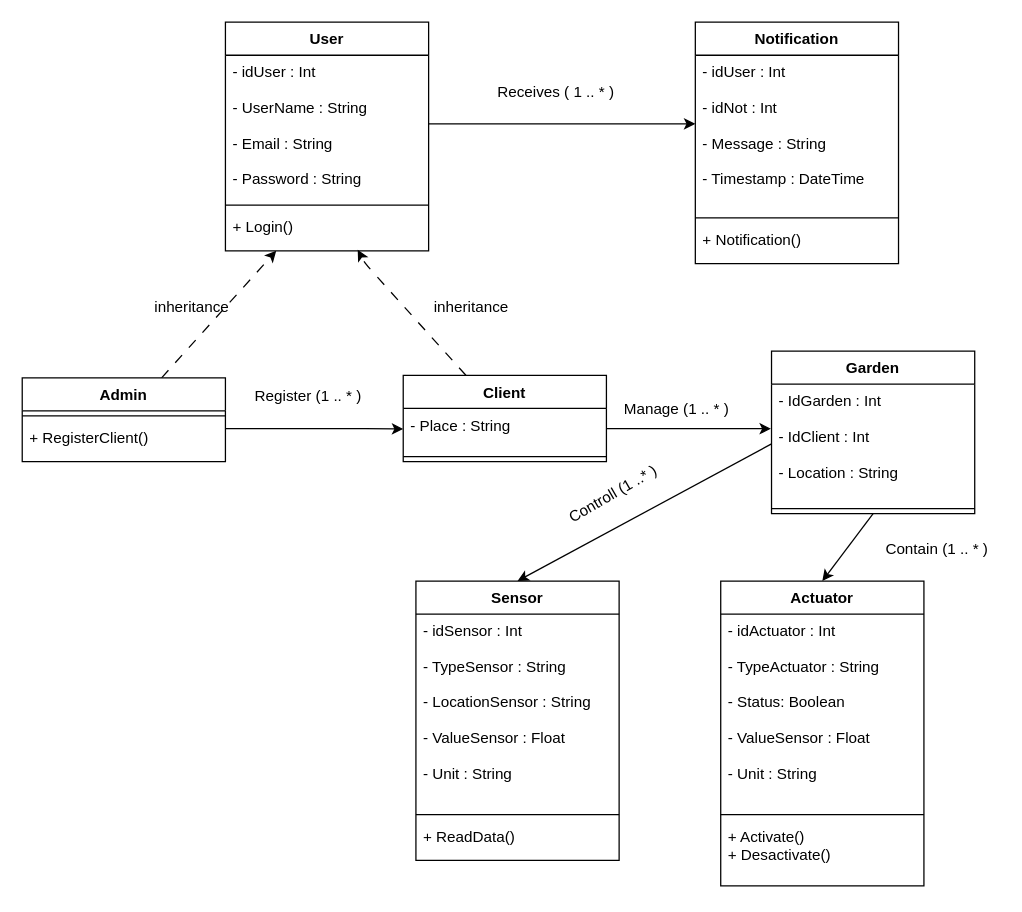
This is page "DiagramClass" (1 of 2) of Shema.dio from AmineSolbi/Smart-Garden-Project, a draw.io file, before an edit. Source tidied: cells renumbered, new cells numbered last; positions are measured from the earlier drawing's top-left corner, leaving out a move shared by most shapes. Both pictures are drawn from the tidied source at 127%, with x=0, y=0 at pixel (22, 22).
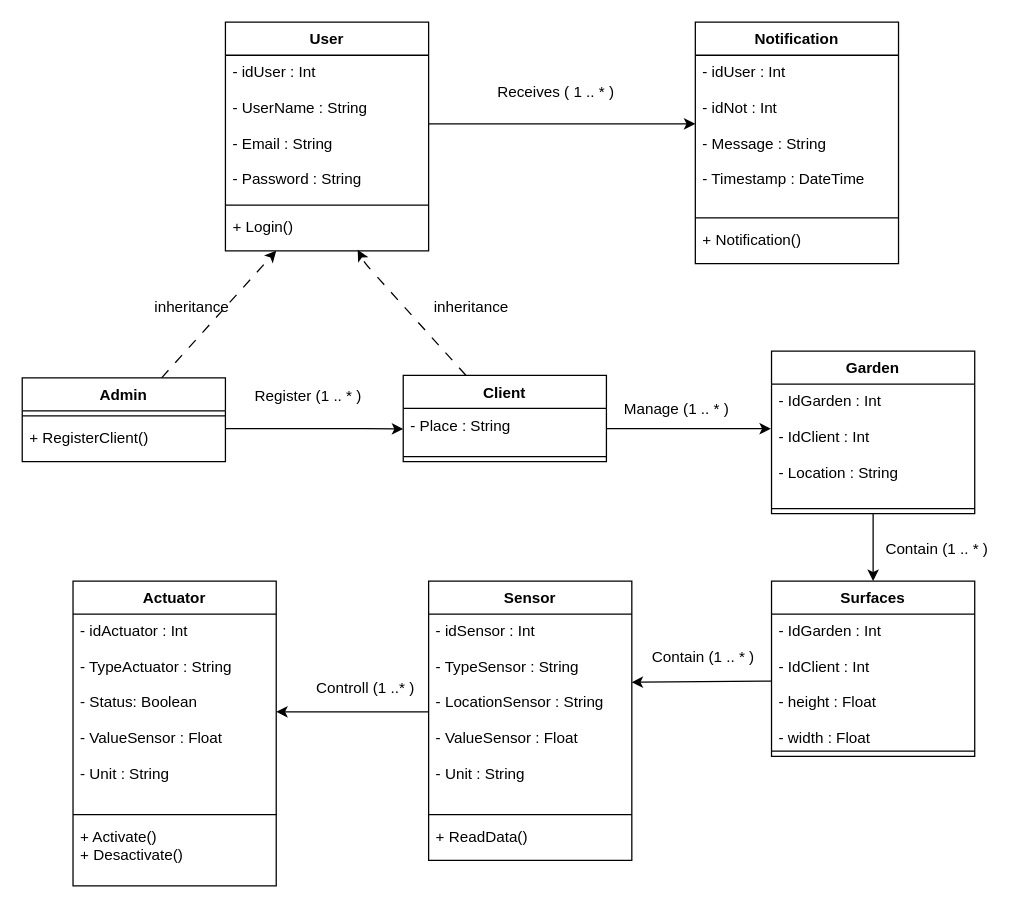
The same diagram, later.

Unchanged cells that the change refers to:
```xml
<mxCell id="7" value="- idSensor : Int&#10;&#10;- TypeSensor : String&#10;&#10;- LocationSensor : String&#10;&#10;- ValueSensor : Float &#10;&#10;- Unit : String&#10;&#10;" style="text;strokeColor=none;fillColor=none;align=left;verticalAlign=top;spacingLeft=4;spacingRight=4;overflow=hidden;points=[[0,0.5],[1,0.5]];portConstraint=eastwest;" parent="6" vertex="1">
  <mxGeometry y="26" width="160" height="154" as="geometry" />
</mxCell>
<mxCell id="11" value="- idActuator : Int&#10;&#10;- TypeActuator : String&#10;&#10;- Status: Boolean&#10;&#10;- ValueSensor : Float &#10;&#10;- Unit : String&#10;&#10;" style="text;strokeColor=none;fillColor=none;align=left;verticalAlign=top;spacingLeft=4;spacingRight=4;overflow=hidden;points=[[0,0.5],[1,0.5]];portConstraint=eastwest;" parent="10" vertex="1">
  <mxGeometry y="26" width="160" height="154" as="geometry" />
</mxCell>
<mxCell id="19" value="Garden" style="swimlane;fontStyle=1;align=center;verticalAlign=top;horizontal=1;startSize=26;" parent="1" vertex="1">
  <mxGeometry x="590" y="259" width="160" height="128" as="geometry" />
</mxCell>
<mxCell id="20" value="- IdGarden : Int&#10;&#10;- IdClient : Int&#10;&#10;- Location : String&#10;&#10;" style="text;strokeColor=none;fillColor=none;align=left;verticalAlign=top;spacingLeft=4;spacingRight=4;overflow=hidden;points=[[0,0.5],[1,0.5]];portConstraint=eastwest;" parent="19" vertex="1">
  <mxGeometry y="26" width="160" height="94" as="geometry" />
</mxCell>
```

What changed in the source:
```diff
@@
     <mxCell id="6" value="Sensor" style="swimlane;fontStyle=1;align=center;verticalAlign=top;horizontal=1;startSize=26;" parent="1" vertex="1">
-      <mxGeometry x="310" y="440" width="160" height="220" as="geometry" />
+      <mxGeometry x="320" y="440" width="160" height="220" as="geometry" />
     </mxCell>
@@
     <mxCell id="10" value="Actuator" style="swimlane;fontStyle=1;align=center;verticalAlign=top;horizontal=1;startSize=26;" parent="1" vertex="1">
-      <mxGeometry x="550" y="440" width="160" height="240" as="geometry" />
+      <mxGeometry x="40" y="440" width="160" height="240" as="geometry" />
     </mxCell>
@@
-    <mxCell id="18" style="edgeStyle=none;html=1;exitX=0.5;exitY=1;exitDx=0;exitDy=0;entryX=0.5;entryY=0;entryDx=0;entryDy=0;" parent="1" edge="1" source="19" target="10">
-      <mxGeometry relative="1" as="geometry" />
-    </mxCell>
+    <mxCell id="41" style="edgeStyle=none;html=1;entryX=0.5;entryY=0;entryDx=0;entryDy=0;" parent="1" edge="1" source="19" target="42">
+      <mxGeometry relative="1" as="geometry" />
+    </mxCell>
@@
-    <mxCell id="37" value="Contain (1 .. * )" style="text;html=1;align=center;verticalAlign=middle;strokeColor=none;fillColor=none;" parent="1" vertex="1">
+    <mxCell id="37" value="Contain (1 .. * )" style="text;html=1;align=center;verticalAlign=middle;strokeColor=none;fillColor=none;rotation=0;" parent="1" vertex="1">
       <mxGeometry x="670" y="400" width="100" height="30" as="geometry" />
     </mxCell>
-    <mxCell id="38" style="edgeStyle=none;html=1;exitX=0;exitY=0.5;exitDx=0;exitDy=0;entryX=0.5;entryY=0;entryDx=0;entryDy=0;" parent="1" edge="1" source="20" target="6">
-      <mxGeometry relative="1" as="geometry" />
-    </mxCell>
-    <mxCell id="39" value="Controll (1 ..* )" style="text;html=1;align=center;verticalAlign=middle;strokeColor=none;fillColor=none;rotation=-30;" parent="1" vertex="1">
-      <mxGeometry x="415" y="357" width="100" height="30" as="geometry" />
+    <mxCell id="39" value="Controll (1 ..* )" style="text;html=1;align=center;verticalAlign=middle;strokeColor=none;fillColor=none;rotation=0;" parent="1" vertex="1">
+      <mxGeometry x="220" y="510" width="100" height="30" as="geometry" />
     </mxCell>
@@
+    <mxCell id="42" value="Surfaces" style="swimlane;fontStyle=1;align=center;verticalAlign=top;horizontal=1;startSize=26;" parent="1" vertex="1">
+      <mxGeometry x="590" y="440" width="160" height="138" as="geometry" />
+    </mxCell>
+    <mxCell id="43" value="- IdGarden : Int&#10;&#10;- IdClient : Int&#10;&#10;- height : Float&#10;&#10;- width : Float&#10;" style="text;strokeColor=none;fillColor=none;align=left;verticalAlign=top;spacingLeft=4;spacingRight=4;overflow=hidden;points=[[0,0.5],[1,0.5]];portConstraint=eastwest;" parent="42" vertex="1">
+      <mxGeometry y="26" width="160" height="104" as="geometry" />
+    </mxCell>
+    <mxCell id="44" style="line;strokeWidth=1;fillColor=none;align=left;verticalAlign=middle;spacingTop=-1;spacingLeft=3;spacingRight=3;labelPosition=right;strokeColor=inherit;" parent="42" vertex="1">
+      <mxGeometry y="130" width="160" height="8" as="geometry" />
+    </mxCell>
+    <mxCell id="45" style="edgeStyle=none;html=1;entryX=1;entryY=0.5;entryDx=0;entryDy=0;" parent="1" edge="1" source="7" target="11">
+      <mxGeometry relative="1" as="geometry" />
+    </mxCell>
+    <mxCell id="46" style="edgeStyle=none;html=1;entryX=0.999;entryY=0.349;entryDx=0;entryDy=0;entryPerimeter=0;" parent="1" edge="1" source="43" target="7">
+      <mxGeometry relative="1" as="geometry" />
+    </mxCell>
+    <mxCell id="47" value="Contain (1 .. * )" style="text;html=1;align=center;verticalAlign=middle;strokeColor=none;fillColor=none;rotation=0;" parent="1" vertex="1">
+      <mxGeometry x="486" y="485" width="100" height="30" as="geometry" />
+    </mxCell>
```
